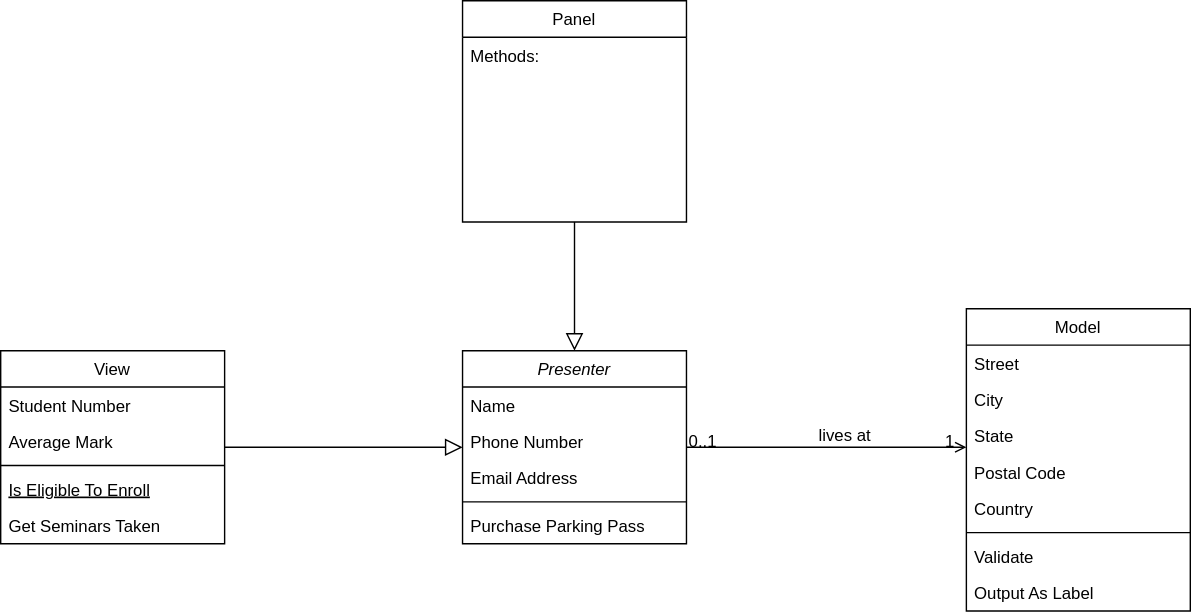
shimonevt/FSD-Project-2 keeps this draw.io diagram as source/Untitled Diagram.svg. Above is the earlier version. Source tidied: cells renumbered, new cells last; positions are measured from the earlier drawing's top-left corner, leaving out a move shared by most shapes.
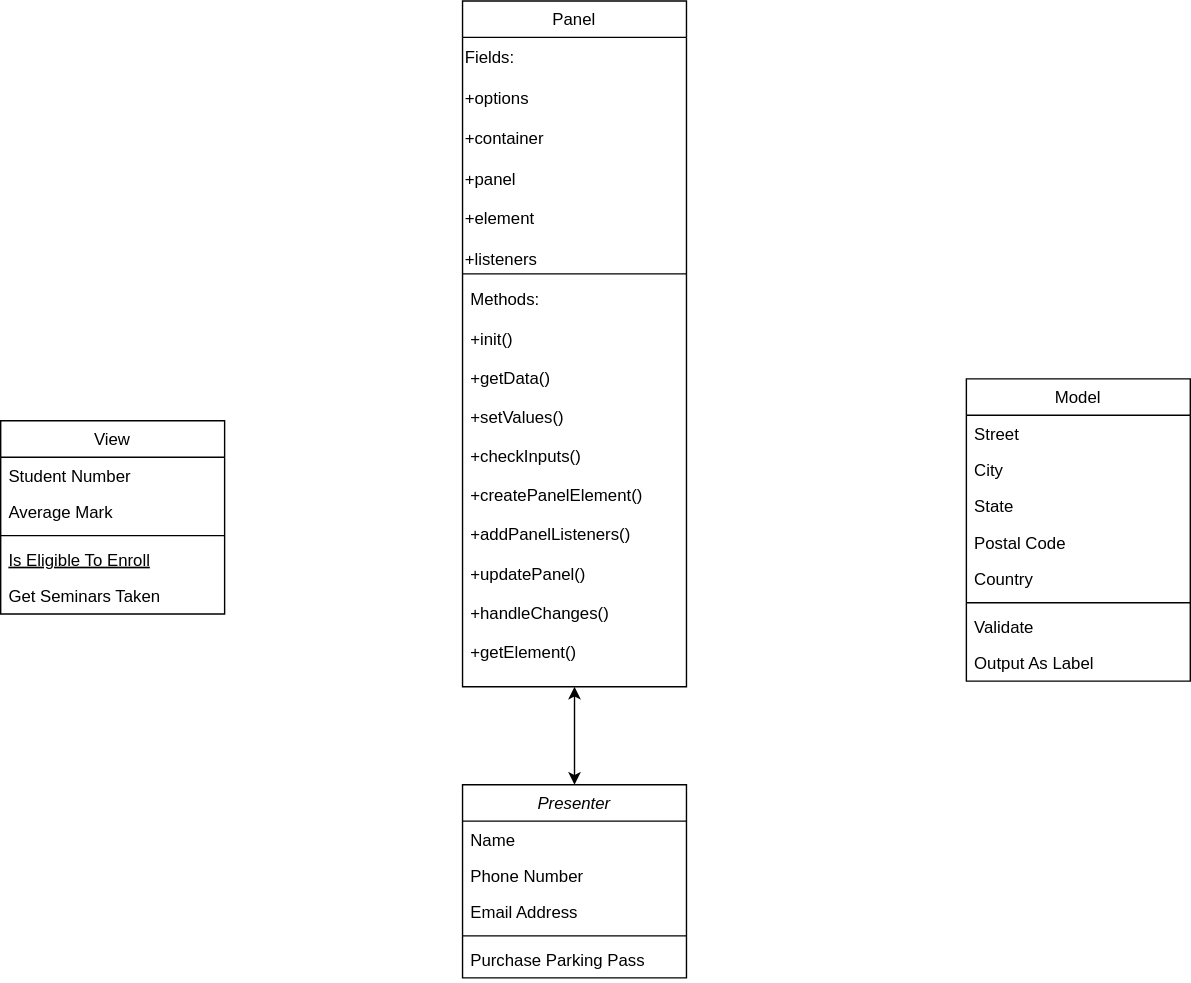
After the commit.

Change to the diagram source:
```diff
@@ -3,7 +3,7 @@
     <mxCell id="0" />
     <mxCell id="1" parent="0" />
     <mxCell id="2" value="Presenter" style="swimlane;fontStyle=2;align=center;verticalAlign=top;horizontal=1;startSize=26;rounded=0;shadow=0;strokeWidth=1;" parent="1" vertex="1">
-      <mxGeometry x="330" y="250" width="160" height="138" as="geometry" />
+      <mxGeometry x="330" y="510" width="160" height="138" as="geometry" />
     </mxCell>
     <mxCell id="3" value="Name" style="text;align=left;verticalAlign=top;spacingLeft=4;spacingRight=4;overflow=hidden;" parent="2" vertex="1">
       <mxGeometry y="26" width="160" height="26" as="geometry" />
@@ -38,18 +38,15 @@
     <mxCell id="13" value="Get Seminars Taken" style="text;align=left;verticalAlign=top;spacingLeft=4;spacingRight=4;overflow=hidden;" parent="8" vertex="1">
       <mxGeometry y="112" width="160" height="26" as="geometry" />
     </mxCell>
-    <mxCell id="14" style="endArrow=block;endSize=10;endFill=0;shadow=0;strokeWidth=1;rounded=0;edgeStyle=elbowEdgeStyle;elbow=vertical;" parent="1" edge="1" source="8" target="2">
-      <mxGeometry relative="1" as="geometry" />
-    </mxCell>
     <mxCell id="15" value="Panel" style="swimlane;fontStyle=0;align=center;verticalAlign=top;horizontal=1;startSize=26;rounded=0;shadow=0;strokeWidth=1;" parent="1" vertex="1">
-      <mxGeometry x="330" width="160" height="158" as="geometry" />
+      <mxGeometry x="330" y="-50" width="160" height="490" as="geometry" />
     </mxCell>
+    <mxCell id="31" value="Fields:&lt;br&gt;&lt;br&gt;+options&lt;br&gt;&lt;br&gt;+container&lt;br&gt;&lt;br&gt;+panel&lt;br&gt;&lt;br&gt;+element&lt;br&gt;&lt;br&gt;+listeners" style="text;html=1;strokeColor=none;fillColor=none;align=left;verticalAlign=middle;whiteSpace=wrap;rounded=0;" parent="15" vertex="1">
+      <mxGeometry y="26" width="160" height="174" as="geometry" />
+    </mxCell>
-    <mxCell id="16" value="Methods:&#10;" style="text;align=left;verticalAlign=top;spacingLeft=4;spacingRight=4;overflow=hidden;" parent="15" vertex="1">
-      <mxGeometry y="26" width="160" height="124" as="geometry" />
+    <mxCell id="16" value="Methods:&#10;&#10;+init()&#10;&#10;+getData()&#10;&#10;+setValues()&#10;&#10;+checkInputs()&#10;&#10;+createPanelElement()&#10;&#10;+addPanelListeners()&#10;&#10;+updatePanel()&#10;&#10;+handleChanges()&#10;&#10;+getElement()" style="text;align=left;verticalAlign=top;spacingLeft=4;spacingRight=4;overflow=hidden;" parent="15" vertex="1">
+      <mxGeometry y="200" width="160" height="280" as="geometry" />
     </mxCell>
-    <mxCell id="17" style="endArrow=block;endSize=10;endFill=0;shadow=0;strokeWidth=1;rounded=0;edgeStyle=elbowEdgeStyle;elbow=vertical;" parent="1" edge="1" source="15" target="2">
-      <mxGeometry relative="1" as="geometry" />
-    </mxCell>
     <mxCell id="18" value="Model" style="swimlane;fontStyle=0;align=center;verticalAlign=top;horizontal=1;startSize=26;rounded=0;shadow=0;strokeWidth=1;" parent="1" vertex="1">
       <mxGeometry x="690" y="220" width="160" height="216" as="geometry" />
     </mxCell>
@@ -77,25 +74,14 @@
     <mxCell id="26" value="Output As Label" style="text;align=left;verticalAlign=top;spacingLeft=4;spacingRight=4;overflow=hidden;" parent="18" vertex="1">
       <mxGeometry y="190" width="160" height="26" as="geometry" />
     </mxCell>
-    <mxCell id="27" style="endArrow=open;shadow=0;strokeWidth=1;rounded=0;endFill=1;edgeStyle=elbowEdgeStyle;elbow=vertical;" parent="1" edge="1" source="2" target="18">
-      <mxGeometry x="0.5" y="41" relative="1" as="geometry">
-        <mxPoint x="-40" y="32" as="offset" />
-      </mxGeometry>
-    </mxCell>
-    <mxCell id="28" value="0..1" style="align=left;verticalAlign=bottom;labelBackgroundColor=none;fontSize=12;" parent="27" vertex="1">
-      <mxGeometry x="-1" relative="1" as="geometry">
-        <mxPoint y="4" as="offset" />
-      </mxGeometry>
-    </mxCell>
-    <mxCell id="29" value="1" style="align=right;verticalAlign=bottom;labelBackgroundColor=none;fontSize=12;" parent="27" vertex="1">
-      <mxGeometry x="1" relative="1" as="geometry">
-        <mxPoint x="-7" y="4" as="offset" />
-      </mxGeometry>
-    </mxCell>
-    <mxCell id="30" value="lives at" style="text;html=1;align=center;verticalAlign=middle;labelBackgroundColor=none;rounded=0;shadow=0;strokeWidth=1;fontSize=12;" parent="27" vertex="1">
-      <mxGeometry x="0.5" y="49" relative="1" as="geometry">
-        <mxPoint x="-38" y="40" as="offset" />
-      </mxGeometry>
-    </mxCell>
+    <mxCell id="32" style="endArrow=none;html=1;" parent="1" edge="1">
+      <mxGeometry relative="1" as="geometry">
+        <mxPoint x="330" y="145" as="sourcePoint" />
+        <mxPoint x="490" y="145" as="targetPoint" />
+      </mxGeometry>
+    </mxCell>
+    <mxCell id="33" style="endArrow=classic;startArrow=classic;html=1;exitX=0.5;exitY=0;exitDx=0;exitDy=0;entryX=0.5;entryY=1;entryDx=0;entryDy=0;" parent="1" edge="1" source="2" target="15">
+      <mxGeometry relative="1" as="geometry" />
+    </mxCell>
   </root>
 </mxGraphModel>
```
